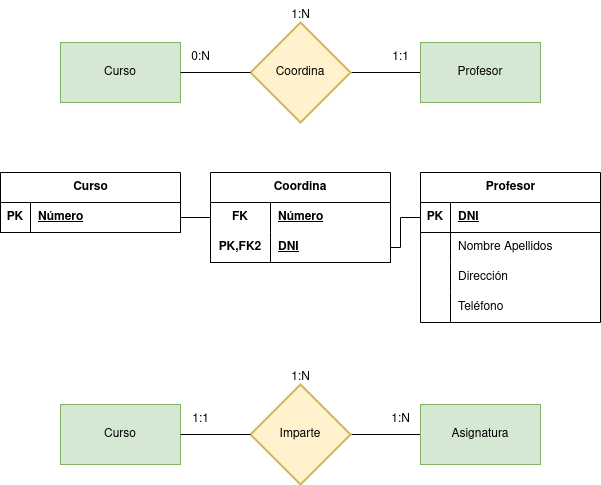
GermanOjeda/base-datos keeps this draw.io diagram as tareas 1/Ejercicio calificable docente (MR-2).drawio.png. Above is the earlier version. Source tidied: cells renumbered, new cells last; positions are measured from the earlier drawing's top-left corner, leaving out a move shared by most shapes.
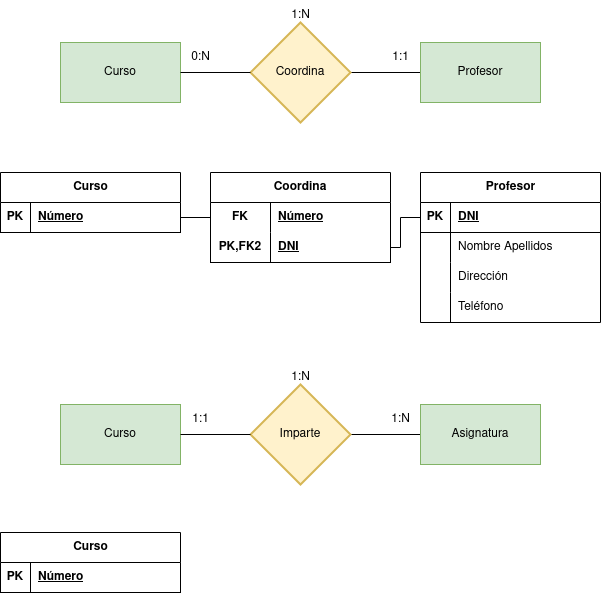
The same file after the commit.

Change to the diagram source:
```diff
@@ -128,5 +128,17 @@
     <mxCell id="43" value="1:N" style="text;html=1;align=center;verticalAlign=middle;strokeColor=none;fillColor=none;" parent="1" vertex="1">
       <mxGeometry x="280" y="362" width="40" height="30" as="geometry" />
     </mxCell>
+    <mxCell id="44" value="Curso" style="shape=table;startSize=30;rowLines=0;fontStyle=1;align=center;html=1;" parent="1" vertex="1">
+      <mxGeometry y="532" width="180" height="60" as="geometry" />
+    </mxCell>
+    <mxCell id="45" style="shape=tableRow;horizontal=0;startSize=0;swimlaneHead=0;swimlaneBody=0;fillColor=none;top=0;left=0;right=0;bottom=1;" parent="44" vertex="1">
+      <mxGeometry y="30" width="180" height="30" as="geometry" />
+    </mxCell>
+    <mxCell id="46" value="PK" style="shape=partialRectangle;fillColor=none;top=0;left=0;bottom=0;right=0;fontStyle=1;overflow=hidden;whiteSpace=wrap;html=1;" parent="45" vertex="1">
+      <mxGeometry width="30" height="30" as="geometry" />
+    </mxCell>
+    <mxCell id="47" value="Número" style="shape=partialRectangle;fillColor=none;top=0;left=0;bottom=0;right=0;align=left;spacingLeft=6;fontStyle=5;overflow=hidden;whiteSpace=wrap;html=1;" parent="45" vertex="1">
+      <mxGeometry x="30" width="150" height="30" as="geometry" />
+    </mxCell>
   </root>
 </mxGraphModel>
```
